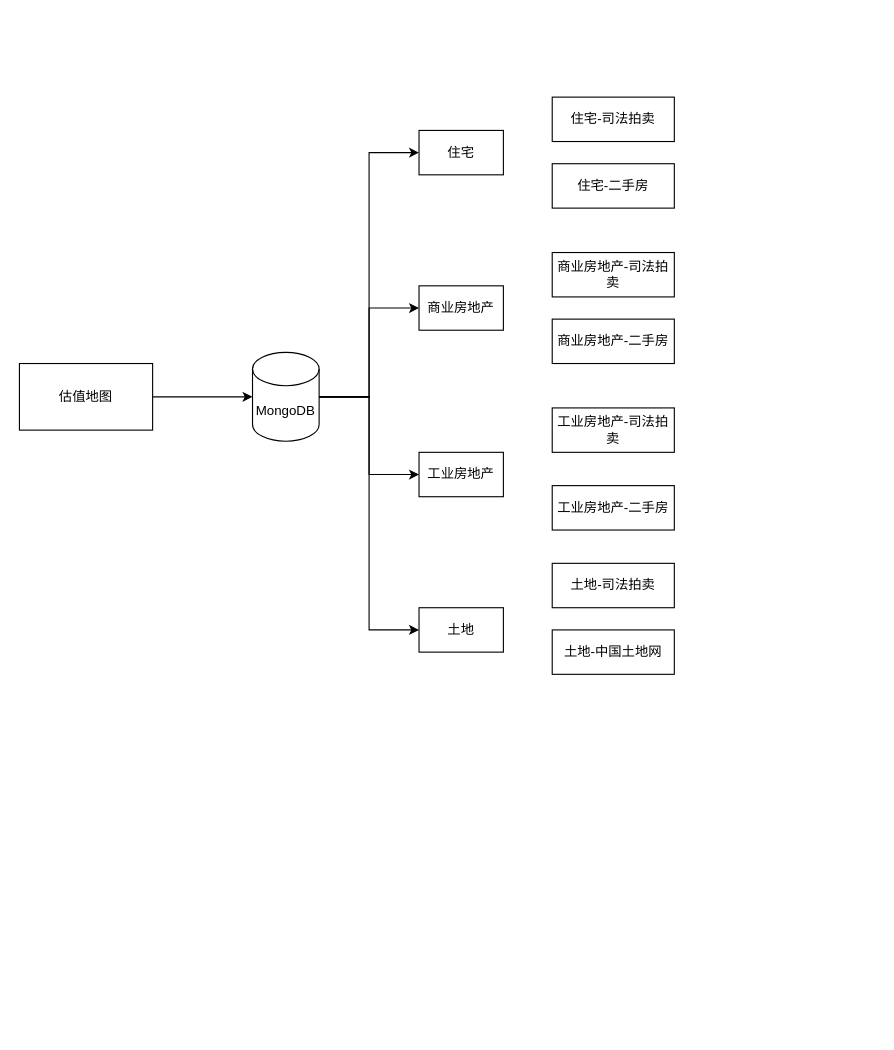
Earlier version of the draw.io diagram daydayup/未命名绘图.drawio (liudongdong0909/draw). Source tidied: cells renumbered, new cells numbered last; positions are measured from the earlier drawing's top-left corner, leaving out a move shared by most shapes. Both pictures are drawn from the tidied source at 111%, with x=0, y=0 at pixel (19, 97).
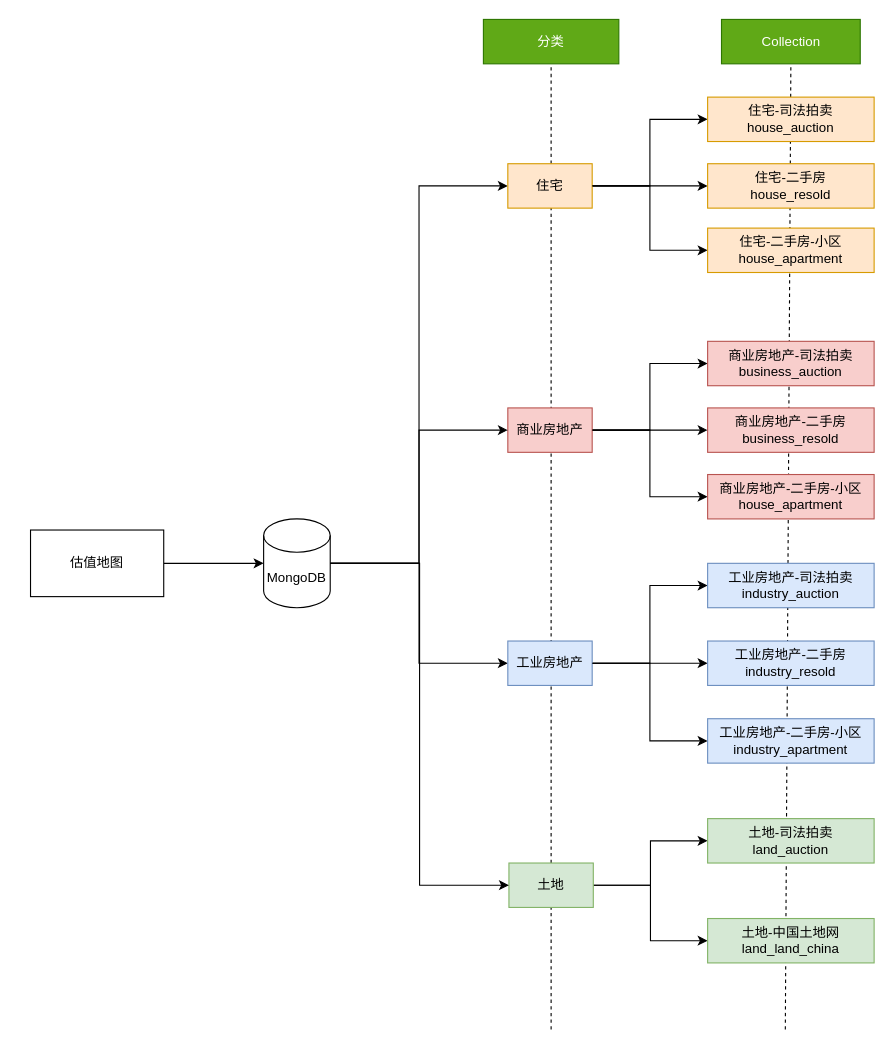
Above is the later version.

Commit message:
更新未命名绘图.drawio

Diff of the diagram source:
```diff
@@
+    <mxCell id="21" style="endArrow=none;dashed=1;html=1;strokeWidth=1;rounded=0;entryX=0.5;entryY=1;entryDx=0;entryDy=0;" parent="1" edge="1" target="33">
+      <mxGeometry relative="1" as="geometry">
+        <mxPoint x="479" y="840" as="sourcePoint" />
+      </mxGeometry>
+    </mxCell>
+    <mxCell id="22" style="endArrow=none;dashed=1;html=1;strokeWidth=1;rounded=0;entryX=0.5;entryY=1;entryDx=0;entryDy=0;" parent="1" edge="1" target="32">
+      <mxGeometry relative="1" as="geometry">
+        <mxPoint x="690" y="840" as="sourcePoint" />
+      </mxGeometry>
+    </mxCell>
@@
     <mxCell id="3" value="估值地图" style="rounded=0;whiteSpace=wrap;html=1;" parent="1" vertex="1">
-      <mxGeometry y="240" width="120" height="60" as="geometry" />
+      <mxGeometry x="10" y="390" width="120" height="60" as="geometry" />
     </mxCell>
@@
+    <mxCell id="23" style="edgeStyle=orthogonalEdgeStyle;rounded=0;jettySize=auto;html=1;exitX=1;exitY=0.5;exitDx=0;exitDy=0;exitPerimeter=0;entryX=0;entryY=0.5;entryDx=0;entryDy=0;" parent="1" edge="1" source="5" target="8">
+      <mxGeometry relative="1" as="geometry" />
+    </mxCell>
     <mxCell id="5" value="MongoDB" style="shape=cylinder3;whiteSpace=wrap;html=1;boundedLbl=1;backgroundOutline=1;size=15;" parent="1" vertex="1">
-      <mxGeometry x="210" y="230" width="60" height="80" as="geometry" />
+      <mxGeometry x="220" y="380" width="60" height="80" as="geometry" />
     </mxCell>
+    <mxCell id="24" style="edgeStyle=orthogonalEdgeStyle;rounded=0;jettySize=auto;html=1;exitX=1;exitY=0.5;exitDx=0;exitDy=0;entryX=0;entryY=0.5;entryDx=0;entryDy=0;" parent="1" edge="1" source="6" target="11">
+      <mxGeometry relative="1" as="geometry" />
+    </mxCell>
+    <mxCell id="25" style="edgeStyle=orthogonalEdgeStyle;rounded=0;jettySize=auto;html=1;exitX=1;exitY=0.5;exitDx=0;exitDy=0;entryX=0;entryY=0.5;entryDx=0;entryDy=0;" parent="1" edge="1" source="6" target="10">
+      <mxGeometry relative="1" as="geometry" />
+    </mxCell>
-    <mxCell id="6" value="住宅" style="rounded=0;whiteSpace=wrap;html=1;" parent="1" vertex="1">
-      <mxGeometry x="360" y="30" width="76" height="40" as="geometry" />
+    <mxCell id="6" value="住宅" style="rounded=0;whiteSpace=wrap;html=1;fillColor=#ffe6cc;strokeColor=#d79b00;" parent="1" vertex="1">
+      <mxGeometry x="440" y="60" width="76" height="40" as="geometry" />
     </mxCell>
+    <mxCell id="26" style="edgeStyle=orthogonalEdgeStyle;rounded=0;jettySize=auto;html=1;exitX=1;exitY=0.5;exitDx=0;exitDy=0;entryX=0;entryY=0.5;entryDx=0;entryDy=0;" parent="1" edge="1" source="7" target="12">
+      <mxGeometry relative="1" as="geometry" />
+    </mxCell>
+    <mxCell id="27" style="edgeStyle=orthogonalEdgeStyle;rounded=0;jettySize=auto;html=1;exitX=1;exitY=0.5;exitDx=0;exitDy=0;entryX=0;entryY=0.5;entryDx=0;entryDy=0;" parent="1" edge="1" source="7" target="13">
+      <mxGeometry relative="1" as="geometry" />
+    </mxCell>
-    <mxCell id="7" value="商业房地产" style="rounded=0;whiteSpace=wrap;html=1;" parent="1" vertex="1">
-      <mxGeometry x="360" y="170" width="76" height="40" as="geometry" />
+    <mxCell id="7" value="商业房地产" style="rounded=0;whiteSpace=wrap;html=1;fillColor=#f8cecc;strokeColor=#b85450;" parent="1" vertex="1">
+      <mxGeometry x="440" y="280" width="76" height="40" as="geometry" />
     </mxCell>
+    <mxCell id="28" style="edgeStyle=orthogonalEdgeStyle;rounded=0;jettySize=auto;html=1;exitX=1;exitY=0.5;exitDx=0;exitDy=0;entryX=0;entryY=0.5;entryDx=0;entryDy=0;" parent="1" edge="1" source="8" target="14">
+      <mxGeometry relative="1" as="geometry" />
+    </mxCell>
+    <mxCell id="29" style="edgeStyle=orthogonalEdgeStyle;rounded=0;jettySize=auto;html=1;exitX=1;exitY=0.5;exitDx=0;exitDy=0;entryX=0;entryY=0.5;entryDx=0;entryDy=0;" parent="1" edge="1" source="8" target="15">
+      <mxGeometry relative="1" as="geometry" />
+    </mxCell>
-    <mxCell id="8" value="工业房地产" style="rounded=0;whiteSpace=wrap;html=1;" parent="1" vertex="1">
-      <mxGeometry x="360" y="320" width="76" height="40" as="geometry" />
+    <mxCell id="8" value="工业房地产" style="rounded=0;whiteSpace=wrap;html=1;fillColor=#dae8fc;strokeColor=#6c8ebf;" parent="1" vertex="1">
+      <mxGeometry x="440" y="490" width="76" height="40" as="geometry" />
     </mxCell>
+    <mxCell id="30" style="edgeStyle=orthogonalEdgeStyle;rounded=0;jettySize=auto;html=1;exitX=1;exitY=0.5;exitDx=0;exitDy=0;entryX=0;entryY=0.5;entryDx=0;entryDy=0;" parent="1" edge="1" source="9" target="16">
+      <mxGeometry relative="1" as="geometry" />
+    </mxCell>
+    <mxCell id="31" style="edgeStyle=orthogonalEdgeStyle;rounded=0;jettySize=auto;html=1;exitX=1;exitY=0.5;exitDx=0;exitDy=0;entryX=0;entryY=0.5;entryDx=0;entryDy=0;" parent="1" edge="1" source="9" target="17">
+      <mxGeometry relative="1" as="geometry" />
+    </mxCell>
-    <mxCell id="9" value="土地" style="rounded=0;whiteSpace=wrap;html=1;" parent="1" vertex="1">
-      <mxGeometry x="360" y="460" width="76" height="40" as="geometry" />
+    <mxCell id="9" value="土地" style="rounded=0;whiteSpace=wrap;html=1;fillColor=#d5e8d4;strokeColor=#82b366;" parent="1" vertex="1">
+      <mxGeometry x="441" y="690" width="76" height="40" as="geometry" />
     </mxCell>
-    <mxCell id="10" value="住宅-司法拍卖" style="rounded=0;whiteSpace=wrap;html=1;" parent="1" vertex="1">
-      <mxGeometry x="480" width="110" height="40" as="geometry" />
+    <mxCell id="10" value="住宅-司法拍卖&lt;br&gt;house_auction" style="rounded=0;whiteSpace=wrap;html=1;fillColor=#ffe6cc;strokeColor=#d79b00;" parent="1" vertex="1">
+      <mxGeometry x="620" width="150" height="40" as="geometry" />
     </mxCell>
-    <mxCell id="11" value="住宅-二手房" style="rounded=0;whiteSpace=wrap;html=1;" parent="1" vertex="1">
-      <mxGeometry x="480" y="60" width="110" height="40" as="geometry" />
+    <mxCell id="11" value="住宅-二手房&lt;br&gt;house_resold" style="rounded=0;whiteSpace=wrap;html=1;fillColor=#ffe6cc;strokeColor=#d79b00;" parent="1" vertex="1">
+      <mxGeometry x="620" y="60" width="150" height="40" as="geometry" />
     </mxCell>
-    <mxCell id="12" value="商业房地产-司法拍卖" style="rounded=0;whiteSpace=wrap;html=1;" parent="1" vertex="1">
-      <mxGeometry x="480" y="140" width="110" height="40" as="geometry" />
+    <mxCell id="12" value="商业房地产-司法拍卖&lt;br&gt;business_auction" style="rounded=0;whiteSpace=wrap;html=1;fillColor=#f8cecc;strokeColor=#b85450;" parent="1" vertex="1">
+      <mxGeometry x="620" y="220" width="150" height="40" as="geometry" />
     </mxCell>
-    <mxCell id="13" value="商业房地产-二手房" style="rounded=0;whiteSpace=wrap;html=1;" parent="1" vertex="1">
-      <mxGeometry x="480" y="200" width="110" height="40" as="geometry" />
+    <mxCell id="13" value="商业房地产-二手房&lt;br&gt;business_resold" style="rounded=0;whiteSpace=wrap;html=1;fillColor=#f8cecc;strokeColor=#b85450;" parent="1" vertex="1">
+      <mxGeometry x="620" y="280" width="150" height="40" as="geometry" />
     </mxCell>
-    <mxCell id="14" value="工业房地产-司法拍卖" style="rounded=0;whiteSpace=wrap;html=1;" parent="1" vertex="1">
-      <mxGeometry x="480" y="280" width="110" height="40" as="geometry" />
+    <mxCell id="14" value="工业房地产-司法拍卖&lt;br&gt;industry_auction" style="rounded=0;whiteSpace=wrap;html=1;fillColor=#dae8fc;strokeColor=#6c8ebf;" parent="1" vertex="1">
+      <mxGeometry x="620" y="420" width="150" height="40" as="geometry" />
     </mxCell>
-    <mxCell id="15" value="工业房地产-二手房" style="rounded=0;whiteSpace=wrap;html=1;" parent="1" vertex="1">
-      <mxGeometry x="480" y="350" width="110" height="40" as="geometry" />
-    </mxCell>
-    <mxCell id="16" value="土地-司法拍卖" style="rounded=0;whiteSpace=wrap;html=1;" parent="1" vertex="1">
-      <mxGeometry x="480" y="420" width="110" height="40" as="geometry" />
+    <mxCell id="16" value="土地-司法拍卖&lt;br&gt;land_auction" style="rounded=0;whiteSpace=wrap;html=1;fillColor=#d5e8d4;strokeColor=#82b366;" parent="1" vertex="1">
+      <mxGeometry x="620" y="650" width="150" height="40" as="geometry" />
     </mxCell>
-    <mxCell id="17" value="土地-中国土地网" style="rounded=0;whiteSpace=wrap;html=1;" parent="1" vertex="1">
-      <mxGeometry x="480" y="480" width="110" height="40" as="geometry" />
+    <mxCell id="17" value="土地-中国土地网&lt;br&gt;land_land_china" style="rounded=0;whiteSpace=wrap;html=1;fillColor=#d5e8d4;strokeColor=#82b366;" parent="1" vertex="1">
+      <mxGeometry x="620" y="740" width="150" height="40" as="geometry" />
     </mxCell>
+    <mxCell id="32" value="Collection" style="rounded=0;whiteSpace=wrap;html=1;fillColor=#60a917;fontColor=#ffffff;strokeColor=#2D7600;" parent="1" vertex="1">
+      <mxGeometry x="632.5" y="-70" width="125" height="40" as="geometry" />
+    </mxCell>
+    <mxCell id="33" value="分类" style="rounded=0;whiteSpace=wrap;html=1;fillColor=#60a917;fontColor=#ffffff;strokeColor=#2D7600;" parent="1" vertex="1">
+      <mxGeometry x="418" y="-70" width="122" height="40" as="geometry" />
+    </mxCell>
+    <mxCell id="34" style="edgeStyle=orthogonalEdgeStyle;rounded=0;jettySize=auto;html=1;exitX=0;exitY=0.5;exitDx=0;exitDy=0;entryX=1;entryY=0.5;entryDx=0;entryDy=0;startArrow=classic;startFill=1;endArrow=none;endFill=0;" parent="1" edge="1" source="35" target="7">
+      <mxGeometry relative="1" as="geometry" />
+    </mxCell>
+    <mxCell id="35" value="商业房地产-二手房-小区&lt;br&gt;house_apartment" style="rounded=0;whiteSpace=wrap;html=1;fillColor=#f8cecc;strokeColor=#b85450;" parent="1" vertex="1">
+      <mxGeometry x="620" y="340" width="150" height="40" as="geometry" />
+    </mxCell>
+    <mxCell id="36" style="edgeStyle=orthogonalEdgeStyle;rounded=0;jettySize=auto;html=1;exitX=0;exitY=0.5;exitDx=0;exitDy=0;entryX=1;entryY=0.5;entryDx=0;entryDy=0;startArrow=classic;startFill=1;endArrow=none;endFill=0;" parent="1" edge="1" source="37" target="6">
+      <mxGeometry relative="1" as="geometry" />
+    </mxCell>
+    <mxCell id="37" value="住宅-二手房-小区&lt;br&gt;house_apartment" style="rounded=0;whiteSpace=wrap;html=1;fillColor=#ffe6cc;strokeColor=#d79b00;" parent="1" vertex="1">
+      <mxGeometry x="620" y="118" width="150" height="40" as="geometry" />
+    </mxCell>
+    <mxCell id="38" style="edgeStyle=orthogonalEdgeStyle;rounded=0;jettySize=auto;html=1;exitX=0;exitY=0.5;exitDx=0;exitDy=0;entryX=1;entryY=0.5;entryDx=0;entryDy=0;startArrow=classic;startFill=1;endArrow=none;endFill=0;" parent="1" edge="1" source="39" target="8">
+      <mxGeometry relative="1" as="geometry" />
+    </mxCell>
+    <mxCell id="39" value="工业房地产-二手房-小区&lt;br&gt;industry_apartment" style="rounded=0;whiteSpace=wrap;html=1;fillColor=#dae8fc;strokeColor=#6c8ebf;" parent="1" vertex="1">
+      <mxGeometry x="620" y="560" width="150" height="40" as="geometry" />
+    </mxCell>
+    <mxCell id="15" value="工业房地产-二手房&lt;br&gt;industry_resold" style="rounded=0;whiteSpace=wrap;html=1;fillColor=#dae8fc;strokeColor=#6c8ebf;" parent="1" vertex="1">
+      <mxGeometry x="620" y="490" width="150" height="40" as="geometry" />
+    </mxCell>
+    <mxCell id="19" style="edgeStyle=orthogonalEdgeStyle;rounded=0;jettySize=auto;html=1;exitX=0;exitY=0.5;exitDx=0;exitDy=0;entryX=1;entryY=0.5;entryDx=0;entryDy=0;entryPerimeter=0;startArrow=classic;startFill=1;endArrow=none;endFill=0;" parent="1" edge="1" source="7" target="5">
+      <mxGeometry relative="1" as="geometry" />
+    </mxCell>
-    <mxCell id="18" style="edgeStyle=orthogonalEdgeStyle;rounded=0;jettySize=auto;html=1;exitX=0;exitY=0.5;exitDx=0;exitDy=0;entryX=1;entryY=0.5;entryDx=0;entryDy=0;entryPerimeter=0;endArrow=none;endFill=0;startArrow=classic;startFill=1;" parent="1" edge="1" source="9" target="5">
+    <mxCell id="18" style="edgeStyle=orthogonalEdgeStyle;rounded=0;jettySize=auto;html=1;exitX=0;exitY=0.5;exitDx=0;exitDy=0;entryX=1;entryY=0.5;entryDx=0;entryDy=0;entryPerimeter=0;startArrow=classic;startFill=1;endArrow=none;endFill=0;" parent="1" edge="1" source="9" target="5">
       <mxGeometry relative="1" as="geometry" />
     </mxCell>
-    <mxCell id="19" style="edgeStyle=orthogonalEdgeStyle;rounded=0;jettySize=auto;html=1;exitX=0;exitY=0.5;exitDx=0;exitDy=0;entryX=1;entryY=0.5;entryDx=0;entryDy=0;entryPerimeter=0;startArrow=classic;startFill=1;endArrow=none;endFill=0;" parent="1" edge="1" source="7" target="5">
-      <mxGeometry relative="1" as="geometry" />
-    </mxCell>
-    <mxCell id="20" style="edgeStyle=orthogonalEdgeStyle;rounded=0;jettySize=auto;html=1;exitX=0;exitY=0.5;exitDx=0;exitDy=0;entryX=1;entryY=0.5;entryDx=0;entryDy=0;entryPerimeter=0;startArrow=classic;startFill=1;endArrow=none;endFill=0;" parent="1" edge="1" source="8" target="5">
-      <mxGeometry relative="1" as="geometry" />
-    </mxCell>
```
